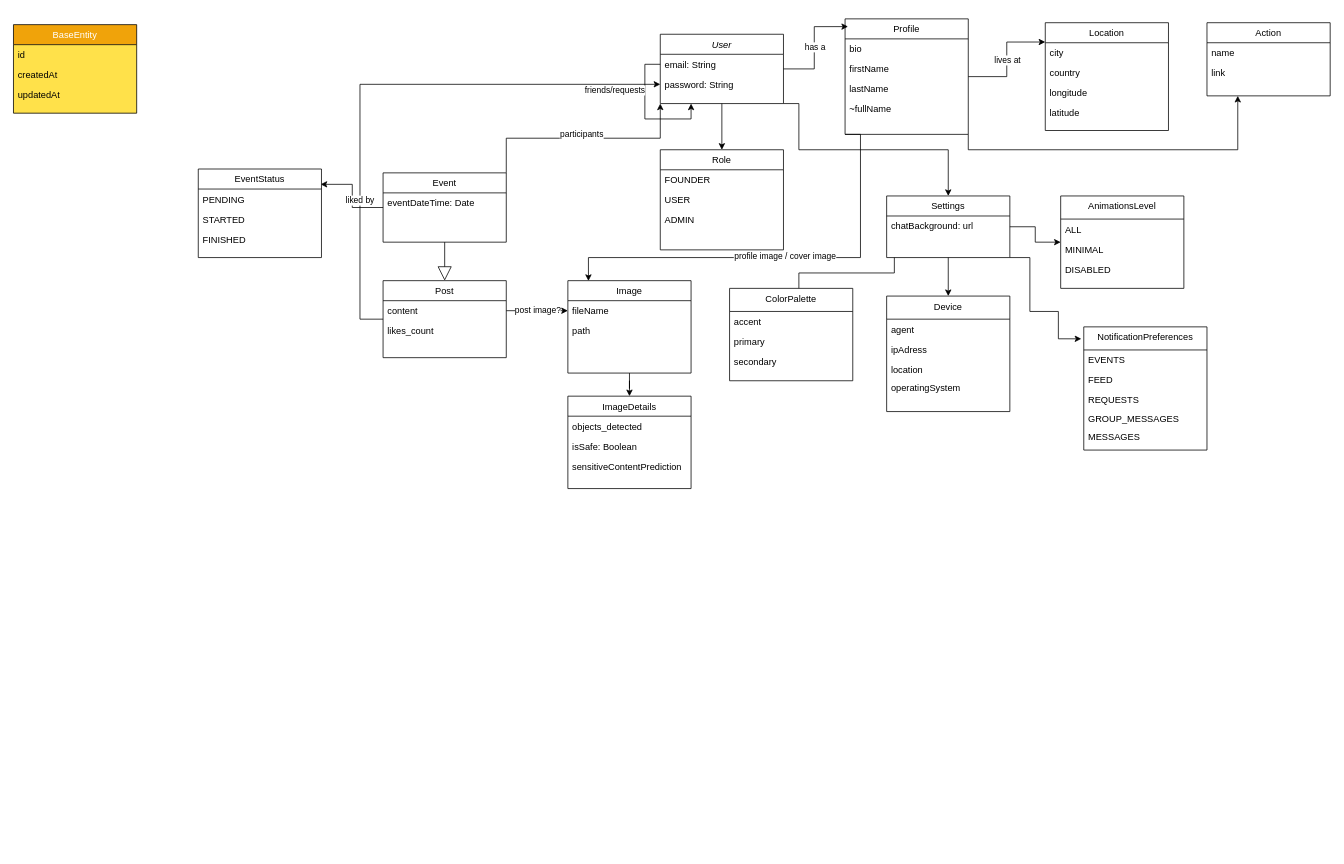
Dabaghi-Anass/lclicka-game keeps this draw.io diagram as Untitled Diagram.drawio. Above is the earlier version. Source tidied: cells renumbered, new cells numbered last; positions are measured from the earlier drawing's top-left corner, leaving out a move shared by most shapes. Both pictures are drawn from the tidied source at 77%, with x=0, y=0 at pixel (13, 18).
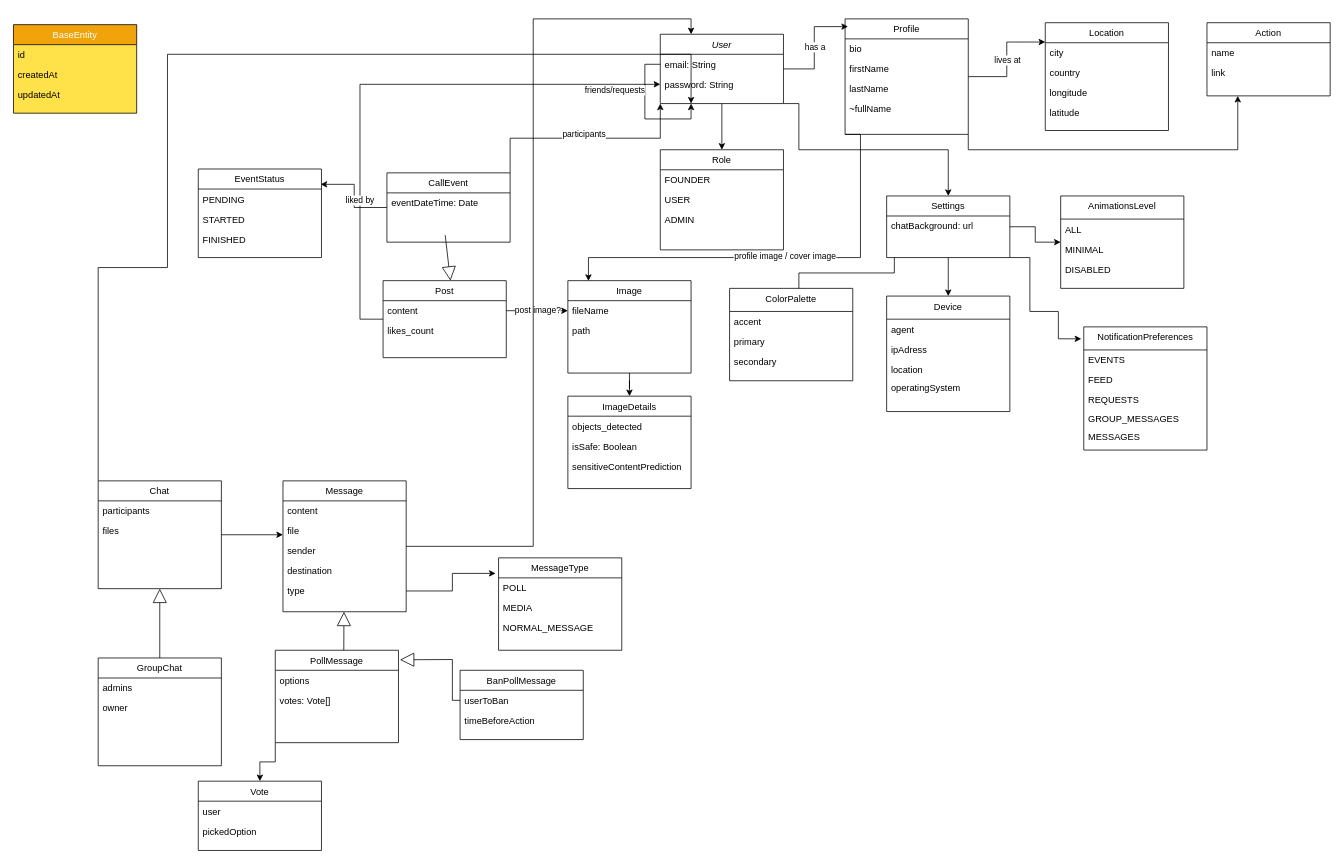
The same page after the edit.

The change refers to these unchanged cells:
```xml
<mxCell id="4" value="User" style="swimlane;fontStyle=2;align=center;verticalAlign=top;horizontal=1;startSize=26;rounded=0;shadow=0;strokeWidth=1;" parent="1" vertex="1">
  <mxGeometry x="840" y="20" width="160" height="90" as="geometry" />
</mxCell>
<mxCell id="60" value="Post" style="swimlane;fontStyle=0;align=center;verticalAlign=top;horizontal=1;startSize=26;rounded=0;shadow=0;strokeWidth=1;" parent="1" vertex="1">
  <mxGeometry x="480" y="340" width="160" height="100" as="geometry" />
</mxCell>
```

Change to the diagram source:
```diff
@@
-    <mxCell id="56" value="Event" style="swimlane;fontStyle=0;align=center;verticalAlign=top;horizontal=1;startSize=26;rounded=0;shadow=0;strokeWidth=1;" parent="1" vertex="1">
-      <mxGeometry x="480" y="200" width="160" height="90" as="geometry" />
+    <mxCell id="56" value="CallEvent" style="swimlane;fontStyle=0;align=center;verticalAlign=top;horizontal=1;startSize=26;rounded=0;shadow=0;strokeWidth=1;" parent="1" vertex="1">
+      <mxGeometry x="485" y="200" width="160" height="90" as="geometry" />
     </mxCell>
@@
-    <mxCell id="73" style="endArrow=block;endSize=16;endFill=0;html=1;rounded=0;exitX=0.5;exitY=1;exitDx=0;exitDy=0;entryX=0.5;entryY=0;entryDx=0;entryDy=0;" parent="1" edge="1" source="56" target="60">
-      <mxGeometry relative="1" as="geometry" />
+    <mxCell id="73" style="endArrow=block;endSize=16;endFill=0;html=1;rounded=0;exitX=0.473;exitY=0.898;exitDx=0;exitDy=0;entryX=0.5;entryY=0;entryDx=0;entryDy=0;exitPerimeter=0;" parent="1" edge="1" source="56">
+      <mxGeometry relative="1" as="geometry">
+        <mxPoint x="567.5" y="340" as="targetPoint" />
+      </mxGeometry>
     </mxCell>
@@
+    <mxCell id="87" style="edgeStyle=orthogonalEdgeStyle;rounded=0;jettySize=auto;html=1;exitX=0;exitY=0;exitDx=0;exitDy=0;entryX=0.25;entryY=1;entryDx=0;entryDy=0;" parent="1" edge="1" source="95" target="4">
+      <mxGeometry relative="1" as="geometry">
+        <Array as="points">
+          <mxPoint x="110" y="323" />
+          <mxPoint x="200" y="323" />
+          <mxPoint x="200" y="46" />
+        </Array>
+      </mxGeometry>
+    </mxCell>
+    <mxCell id="88" style="edgeStyle=orthogonalEdgeStyle;rounded=0;jettySize=auto;html=1;entryX=0.25;entryY=0;entryDx=0;entryDy=0;" parent="1" edge="1" source="98" target="4">
+      <mxGeometry relative="1" as="geometry" />
+    </mxCell>
+    <mxCell id="89" value="BanPollMessage" style="swimlane;fontStyle=0;align=center;verticalAlign=top;horizontal=1;startSize=26;rounded=0;shadow=0;strokeWidth=1;" parent="1" vertex="1">
+      <mxGeometry x="580" y="846" width="160" height="90" as="geometry" />
+    </mxCell>
+    <mxCell id="90" value="userToBan" style="text;align=left;verticalAlign=top;spacingLeft=4;spacingRight=4;overflow=hidden;points=[[0,0.5],[1,0.5]];portConstraint=eastwest;" parent="89" vertex="1">
+      <mxGeometry y="26" width="160" height="26" as="geometry" />
+    </mxCell>
+    <mxCell id="91" value="timeBeforeAction" style="text;align=left;verticalAlign=top;spacingLeft=4;spacingRight=4;overflow=hidden;" parent="89" vertex="1">
+      <mxGeometry y="52" width="160" height="26" as="geometry" />
+    </mxCell>
+    <mxCell id="92" value="GroupChat" style="swimlane;fontStyle=0;align=center;verticalAlign=top;horizontal=1;startSize=26;rounded=0;shadow=0;strokeWidth=1;" parent="1" vertex="1">
+      <mxGeometry x="110" y="830" width="160" height="140" as="geometry" />
+    </mxCell>
+    <mxCell id="93" value="admins" style="text;align=left;verticalAlign=top;spacingLeft=4;spacingRight=4;overflow=hidden;" parent="92" vertex="1">
+      <mxGeometry y="26" width="160" height="26" as="geometry" />
+    </mxCell>
+    <mxCell id="94" value="owner" style="text;align=left;verticalAlign=top;spacingLeft=4;spacingRight=4;overflow=hidden;" parent="92" vertex="1">
+      <mxGeometry y="52" width="160" height="26" as="geometry" />
+    </mxCell>
+    <mxCell id="95" value="Chat" style="swimlane;fontStyle=0;align=center;verticalAlign=top;horizontal=1;startSize=26;rounded=0;shadow=0;strokeWidth=1;" parent="1" vertex="1">
+      <mxGeometry x="110" y="600" width="160" height="140" as="geometry" />
+    </mxCell>
+    <mxCell id="96" value="participants" style="text;align=left;verticalAlign=top;spacingLeft=4;spacingRight=4;overflow=hidden;" parent="95" vertex="1">
+      <mxGeometry y="26" width="160" height="26" as="geometry" />
+    </mxCell>
+    <mxCell id="97" value="files" style="text;align=left;verticalAlign=top;spacingLeft=4;spacingRight=4;overflow=hidden;" parent="95" vertex="1">
+      <mxGeometry y="52" width="160" height="26" as="geometry" />
+    </mxCell>
+    <mxCell id="98" value="Message" style="swimlane;fontStyle=0;align=center;verticalAlign=top;horizontal=1;startSize=26;rounded=0;shadow=0;strokeWidth=1;" parent="1" vertex="1">
+      <mxGeometry x="350" y="600" width="160" height="170" as="geometry" />
+    </mxCell>
+    <mxCell id="99" value="content" style="text;align=left;verticalAlign=top;spacingLeft=4;spacingRight=4;overflow=hidden;" parent="98" vertex="1">
+      <mxGeometry y="26" width="160" height="26" as="geometry" />
+    </mxCell>
+    <mxCell id="100" value="file" style="text;align=left;verticalAlign=top;spacingLeft=4;spacingRight=4;overflow=hidden;points=[[0,0.5],[1,0.5]];portConstraint=eastwest;" parent="98" vertex="1">
+      <mxGeometry y="52" width="160" height="26" as="geometry" />
+    </mxCell>
+    <mxCell id="101" value="sender" style="text;align=left;verticalAlign=top;spacingLeft=4;spacingRight=4;overflow=hidden;" parent="98" vertex="1">
+      <mxGeometry y="78" width="160" height="26" as="geometry" />
+    </mxCell>
+    <mxCell id="102" value="destination" style="text;align=left;verticalAlign=top;spacingLeft=4;spacingRight=4;overflow=hidden;" parent="98" vertex="1">
+      <mxGeometry y="104" width="160" height="26" as="geometry" />
+    </mxCell>
+    <mxCell id="103" value="type" style="text;align=left;verticalAlign=top;spacingLeft=4;spacingRight=4;overflow=hidden;points=[[0,0.5],[1,0.5]];portConstraint=eastwest;" parent="98" vertex="1">
+      <mxGeometry y="130" width="160" height="26" as="geometry" />
+    </mxCell>
+    <mxCell id="104" style="edgeStyle=orthogonalEdgeStyle;rounded=0;jettySize=auto;html=1;entryX=0;entryY=0.692;entryDx=0;entryDy=0;entryPerimeter=0;" parent="1" edge="1" source="95" target="100">
+      <mxGeometry relative="1" as="geometry" />
+    </mxCell>
+    <mxCell id="105" style="endArrow=block;endSize=16;endFill=0;html=1;rounded=0;exitX=0.5;exitY=0;exitDx=0;exitDy=0;entryX=0.5;entryY=1;entryDx=0;entryDy=0;" parent="1" edge="1" source="92" target="95">
+      <mxGeometry relative="1" as="geometry" />
+    </mxCell>
+    <mxCell id="106" style="edgeStyle=orthogonalEdgeStyle;rounded=0;jettySize=auto;html=1;exitX=0;exitY=1;exitDx=0;exitDy=0;" parent="1" edge="1" source="107" target="117">
+      <mxGeometry relative="1" as="geometry" />
+    </mxCell>
+    <mxCell id="107" value="PollMessage" style="swimlane;fontStyle=0;align=center;verticalAlign=top;horizontal=1;startSize=26;rounded=0;shadow=0;strokeWidth=1;" parent="1" vertex="1">
+      <mxGeometry x="340" y="820" width="160" height="120" as="geometry" />
+    </mxCell>
+    <mxCell id="108" value="options" style="text;align=left;verticalAlign=top;spacingLeft=4;spacingRight=4;overflow=hidden;" parent="107" vertex="1">
+      <mxGeometry y="26" width="160" height="26" as="geometry" />
+    </mxCell>
+    <mxCell id="109" value="votes: Vote[]" style="text;align=left;verticalAlign=top;spacingLeft=4;spacingRight=4;overflow=hidden;" parent="107" vertex="1">
+      <mxGeometry y="52" width="160" height="26" as="geometry" />
+    </mxCell>
+    <mxCell id="110" style="endArrow=block;endSize=16;endFill=0;html=1;rounded=0;entryX=0.5;entryY=1;entryDx=0;entryDy=0;" parent="1" edge="1">
+      <mxGeometry relative="1" as="geometry">
+        <mxPoint x="429" y="820" as="sourcePoint" />
+        <mxPoint x="429.2" y="770" as="targetPoint" />
+      </mxGeometry>
+    </mxCell>
+    <mxCell id="111" style="endArrow=block;endSize=16;endFill=0;html=1;rounded=0;entryX=1.012;entryY=0.103;entryDx=0;entryDy=0;exitX=0;exitY=0.5;exitDx=0;exitDy=0;entryPerimeter=0;" parent="1" edge="1" source="90" target="107">
+      <mxGeometry relative="1" as="geometry">
+        <Array as="points">
+          <mxPoint x="570" y="885" />
+          <mxPoint x="570" y="832" />
+        </Array>
+      </mxGeometry>
+    </mxCell>
+    <mxCell id="112" value="MessageType" style="swimlane;fontStyle=0;align=center;verticalAlign=top;horizontal=1;startSize=26;rounded=0;shadow=0;strokeWidth=1;" parent="1" vertex="1">
+      <mxGeometry x="630" y="700" width="160" height="120" as="geometry" />
+    </mxCell>
+    <mxCell id="113" value="POLL" style="text;align=left;verticalAlign=top;spacingLeft=4;spacingRight=4;overflow=hidden;" parent="112" vertex="1">
+      <mxGeometry y="26" width="160" height="26" as="geometry" />
+    </mxCell>
+    <mxCell id="114" value="MEDIA" style="text;align=left;verticalAlign=top;spacingLeft=4;spacingRight=4;overflow=hidden;" parent="112" vertex="1">
+      <mxGeometry y="52" width="160" height="26" as="geometry" />
+    </mxCell>
+    <mxCell id="115" value="NORMAL_MESSAGE" style="text;align=left;verticalAlign=top;spacingLeft=4;spacingRight=4;overflow=hidden;" parent="112" vertex="1">
+      <mxGeometry y="78" width="160" height="26" as="geometry" />
+    </mxCell>
+    <mxCell id="116" style="edgeStyle=orthogonalEdgeStyle;rounded=0;jettySize=auto;html=1;entryX=-0.024;entryY=0.168;entryDx=0;entryDy=0;entryPerimeter=0;" parent="1" edge="1" source="103" target="112">
+      <mxGeometry relative="1" as="geometry" />
+    </mxCell>
+    <mxCell id="117" value="Vote" style="swimlane;fontStyle=0;align=center;verticalAlign=top;horizontal=1;startSize=26;rounded=0;shadow=0;strokeWidth=1;" parent="1" vertex="1">
+      <mxGeometry x="240" y="990" width="160" height="90" as="geometry" />
+    </mxCell>
+    <mxCell id="118" value="user" style="text;align=left;verticalAlign=top;spacingLeft=4;spacingRight=4;overflow=hidden;" parent="117" vertex="1">
+      <mxGeometry y="26" width="160" height="26" as="geometry" />
+    </mxCell>
+    <mxCell id="119" value="pickedOption" style="text;align=left;verticalAlign=top;spacingLeft=4;spacingRight=4;overflow=hidden;" parent="117" vertex="1">
+      <mxGeometry y="52" width="160" height="26" as="geometry" />
+    </mxCell>
```
